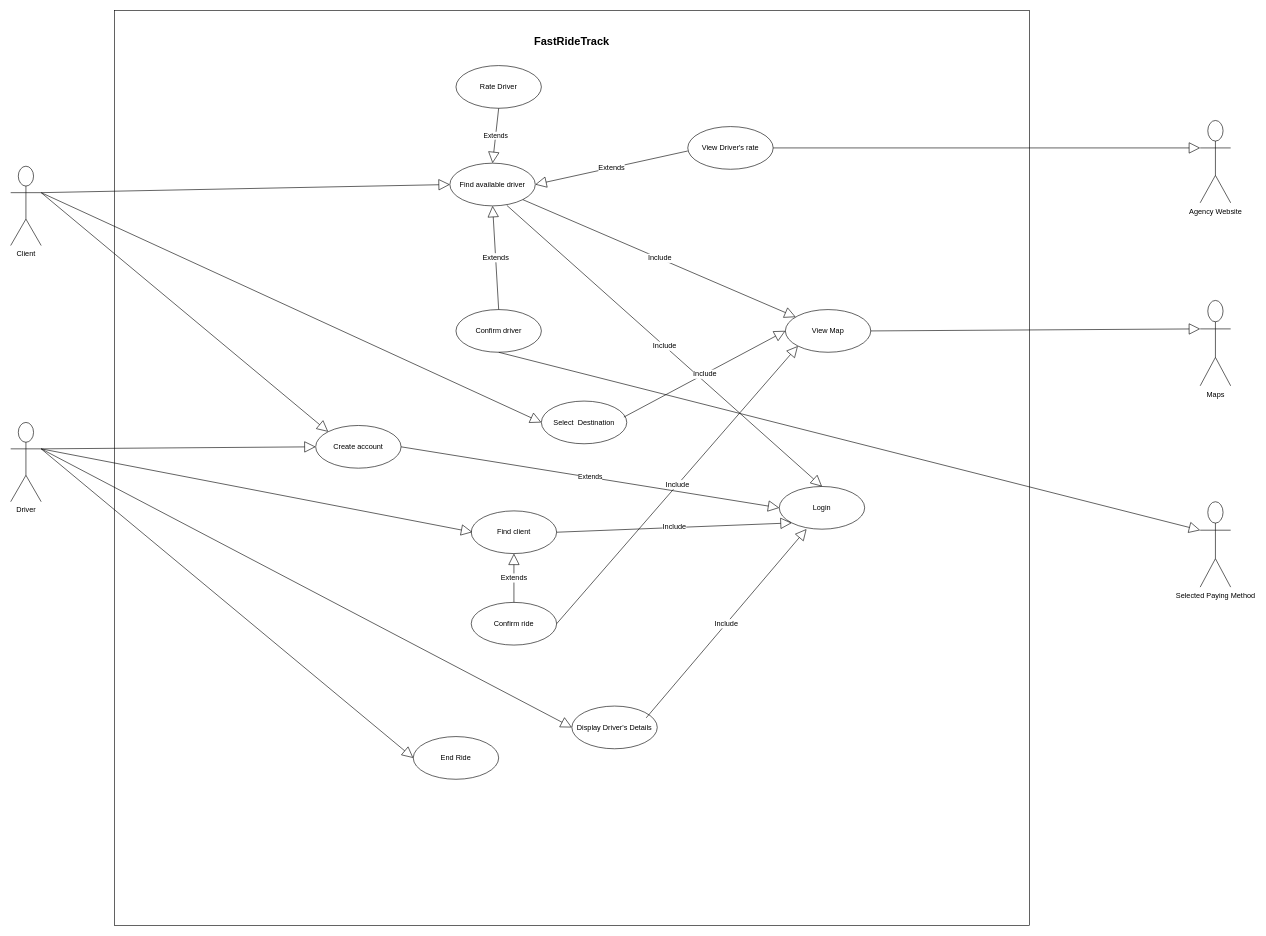
The draw.io diagram UCD/UseCaseDiagram.drawio in AlexSoare27/FastRideTrack, before the edit. Source tidied: cells renumbered, new cells numbered last; positions are measured from the earlier drawing's top-left corner, leaving out a move shared by most shapes. Both pictures are drawn from the tidied source at 61%, with x=0, y=0 at pixel (10, 10).
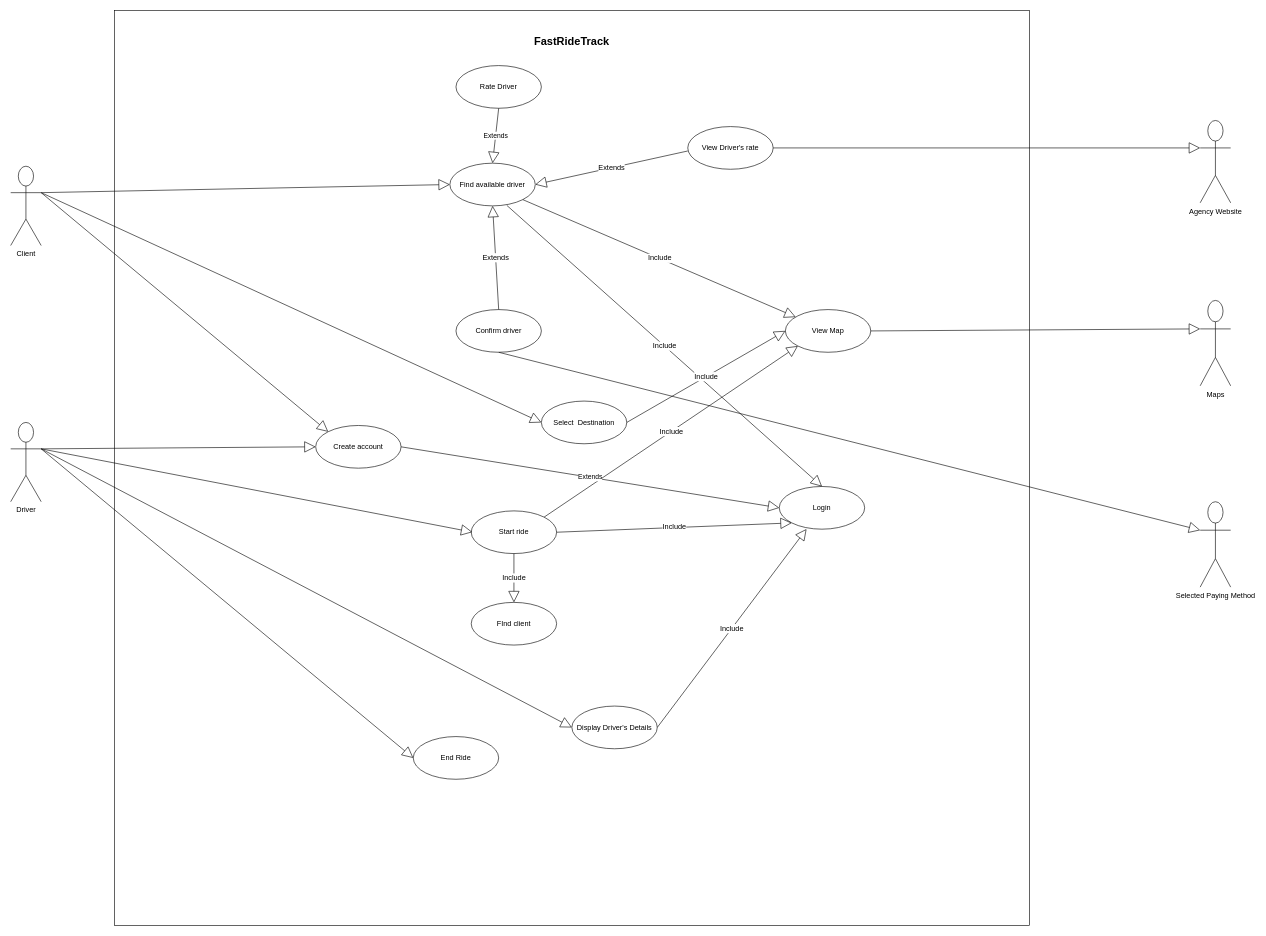
The same page after the edit.

The change refers to these unchanged cells:
```xml
<mxCell id="7" value="Login" style="ellipse;whiteSpace=wrap;html=1;" parent="1" vertex="1">
  <mxGeometry x="1260" y="780" width="140" height="70" as="geometry" />
</mxCell>
<mxCell id="9" value="View Map" style="ellipse;whiteSpace=wrap;html=1;strokeColor=default;align=center;verticalAlign=middle;fontFamily=Helvetica;fontSize=12;fontColor=default;fillColor=default;" parent="1" vertex="1">
  <mxGeometry x="1270" y="490" width="140" height="70" as="geometry" />
</mxCell>
<mxCell id="26" value="Display Driver's Details" style="ellipse;whiteSpace=wrap;html=1;strokeColor=default;align=center;verticalAlign=middle;fontFamily=Helvetica;fontSize=12;fontColor=default;fillColor=default;" parent="1" vertex="1">
  <mxGeometry x="920" y="1140" width="140" height="70" as="geometry" />
</mxCell>
<mxCell id="30" value="Select&amp;nbsp; Destination" style="ellipse;whiteSpace=wrap;html=1;strokeColor=default;align=center;verticalAlign=middle;fontFamily=Helvetica;fontSize=12;fontColor=default;fillColor=default;" parent="1" vertex="1">
  <mxGeometry x="870" y="640" width="140" height="70" as="geometry" />
</mxCell>
```

Diff of the diagram source:
```diff
@@
-    <mxCell id="14" value="Find client" style="ellipse;whiteSpace=wrap;html=1;strokeColor=default;align=center;verticalAlign=middle;fontFamily=Helvetica;fontSize=12;fontColor=default;fillColor=default;" parent="1" vertex="1">
+    <mxCell id="14" value="Start ride" style="ellipse;whiteSpace=wrap;html=1;strokeColor=default;align=center;verticalAlign=middle;fontFamily=Helvetica;fontSize=12;fontColor=default;fillColor=default;" parent="1" vertex="1">
       <mxGeometry x="755" y="820" width="140" height="70" as="geometry" />
     </mxCell>
@@
-    <mxCell id="19" value="Confirm ride" style="ellipse;whiteSpace=wrap;html=1;strokeColor=default;align=center;verticalAlign=middle;fontFamily=Helvetica;fontSize=12;fontColor=default;fillColor=default;" parent="1" vertex="1">
+    <mxCell id="19" value="FInd client" style="ellipse;whiteSpace=wrap;html=1;strokeColor=default;align=center;verticalAlign=middle;fontFamily=Helvetica;fontSize=12;fontColor=default;fillColor=default;" parent="1" vertex="1">
       <mxGeometry x="755" y="970" width="140" height="70" as="geometry" />
     </mxCell>
-    <mxCell id="20" value="Extends" style="endArrow=block;endSize=16;endFill=0;html=1;rounded=0;fontFamily=Helvetica;fontSize=12;fontColor=default;exitX=0.5;exitY=0;exitDx=0;exitDy=0;entryX=0.5;entryY=1;entryDx=0;entryDy=0;" parent="1" edge="1" source="19" target="14">
+    <mxCell id="20" value="Include" style="endArrow=block;endSize=16;endFill=0;html=1;rounded=0;fontFamily=Helvetica;fontSize=12;fontColor=default;exitX=0.5;exitY=1;exitDx=0;exitDy=0;entryX=0.5;entryY=0;entryDx=0;entryDy=0;" parent="1" edge="1" source="14" target="19">
       <mxGeometry relative="1" as="geometry" />
     </mxCell>
@@
-    <mxCell id="28" value="Include" style="endArrow=block;endSize=16;endFill=0;html=1;rounded=0;fontFamily=Helvetica;fontSize=12;fontColor=default;exitX=0.87;exitY=0.276;exitDx=0;exitDy=0;exitPerimeter=0;entryX=0.319;entryY=0.997;entryDx=0;entryDy=0;entryPerimeter=0;" parent="1" edge="1" source="26" target="7">
+    <mxCell id="28" value="Include" style="endArrow=block;endSize=16;endFill=0;html=1;rounded=0;fontFamily=Helvetica;fontSize=12;fontColor=default;exitX=1;exitY=0.5;exitDx=0;exitDy=0;entryX=0.319;entryY=0.997;entryDx=0;entryDy=0;entryPerimeter=0;" parent="1" edge="1" source="26" target="7">
       <mxGeometry relative="1" as="geometry" />
     </mxCell>
@@
-    <mxCell id="32" value="Include" style="endArrow=block;endSize=16;endFill=0;html=1;rounded=0;fontFamily=Helvetica;fontSize=12;fontColor=default;exitX=0.966;exitY=0.375;exitDx=0;exitDy=0;exitPerimeter=0;entryX=0;entryY=0.5;entryDx=0;entryDy=0;" parent="1" edge="1" source="30" target="9">
+    <mxCell id="32" value="Include" style="endArrow=block;endSize=16;endFill=0;html=1;rounded=0;fontFamily=Helvetica;fontSize=12;fontColor=default;exitX=1;exitY=0.5;exitDx=0;exitDy=0;entryX=0;entryY=0.5;entryDx=0;entryDy=0;" parent="1" edge="1" source="30" target="9">
       <mxGeometry relative="1" as="geometry" />
     </mxCell>
@@
-    <mxCell id="34" value="Include" style="endArrow=block;endSize=16;endFill=0;html=1;rounded=0;fontFamily=Helvetica;fontSize=12;fontColor=default;exitX=1;exitY=0.5;exitDx=0;exitDy=0;entryX=0;entryY=1;entryDx=0;entryDy=0;" parent="1" edge="1" source="19" target="9">
+    <mxCell id="34" value="Include" style="endArrow=block;endSize=16;endFill=0;html=1;rounded=0;fontFamily=Helvetica;fontSize=12;fontColor=default;exitX=1;exitY=0;exitDx=0;exitDy=0;entryX=0;entryY=1;entryDx=0;entryDy=0;" parent="1" edge="1" source="14" target="9">
       <mxGeometry relative="1" as="geometry" />
     </mxCell>
```
